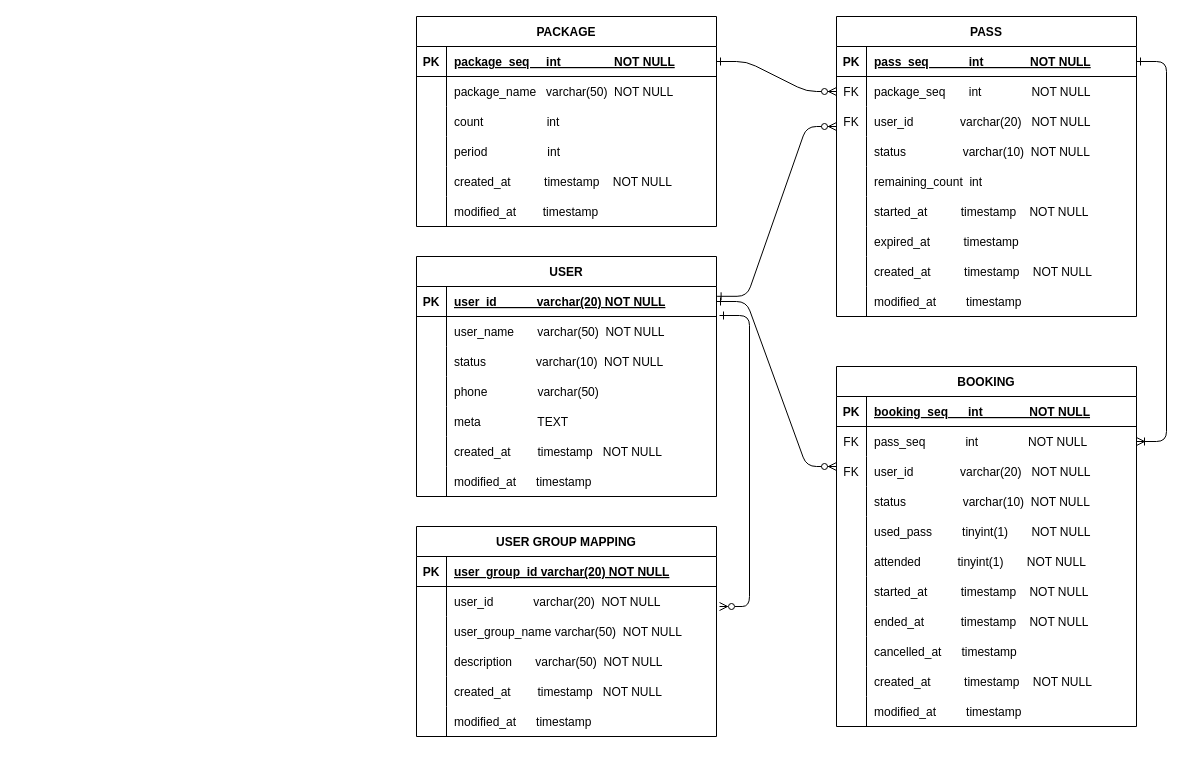
This is document/제목 없는 다이어그램.drawio from y2gon2/pass-batch, a draw.io file, before an edit. Source tidied: cells renumbered, new cells numbered last; positions are measured from the earlier drawing's top-left corner, leaving out a move shared by most shapes. Both pictures are drawn from the tidied source at 100%, with x=0, y=0 at pixel (306, -109).
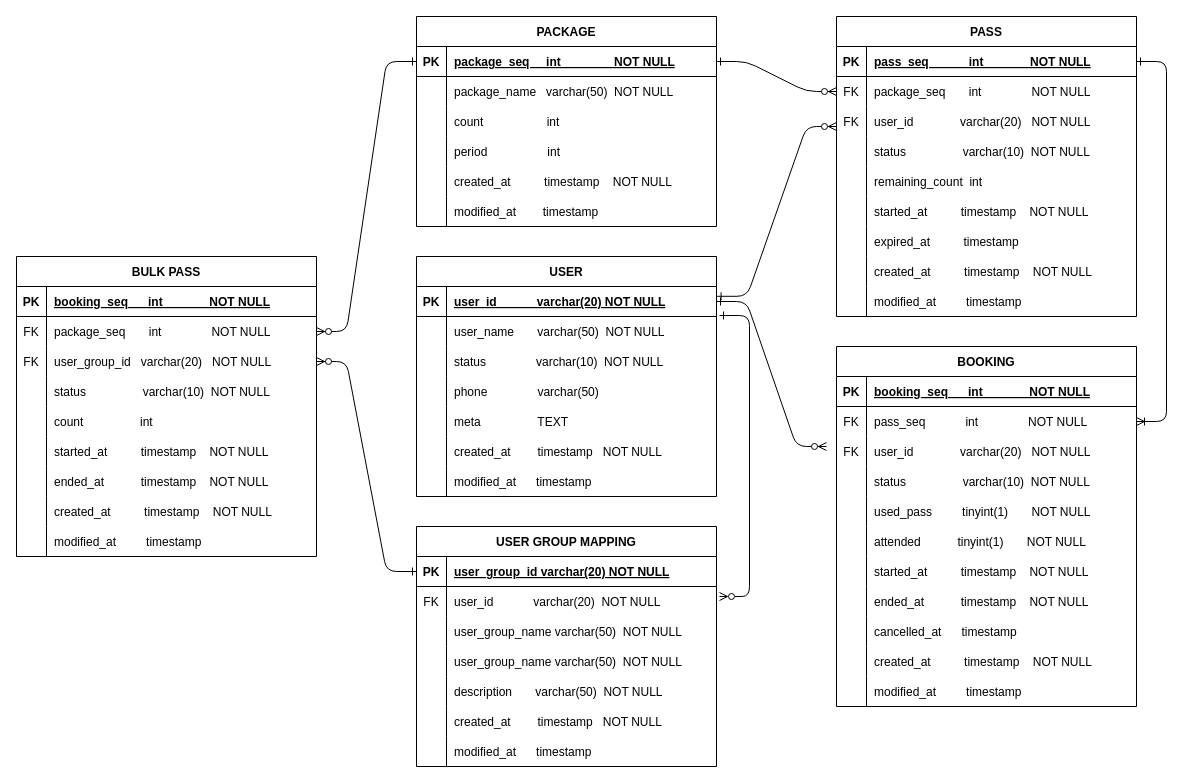
After the change.

Commit message:
#5 - bulk pass table 추가

The change refers to these unchanged cells:
```xml
<mxCell id="4" style="shape=partialRectangle;fillColor=none;points=[[0,0.5],[1,0.5]];portConstraint=eastwest;top=0;left=0;right=0;bottom=1;" parent="3" vertex="1">
  <mxGeometry y="30" width="300" height="30" as="geometry" />
</mxCell>
<mxCell id="23" style="shape=partialRectangle;fillColor=none;points=[[0,0.5],[1,0.5]];portConstraint=eastwest;top=0;left=0;right=0;bottom=1;" parent="22" vertex="1">
  <mxGeometry y="30" width="300" height="30" as="geometry" />
</mxCell>
<mxCell id="112" style="shape=partialRectangle;fillColor=none;points=[[0,0.5],[1,0.5]];portConstraint=eastwest;top=0;left=0;right=0;bottom=1;" parent="111" vertex="1">
  <mxGeometry y="30" width="300" height="30" as="geometry" />
</mxCell>
```

Diff of the diagram source:
```diff
@@
     <mxCell id="72" value="BOOKING" style="shape=table;startSize=30;childLayout=tableLayout;rowLines=0;fontStyle=1;align=center;" parent="1" vertex="1">
-      <mxGeometry x="530" y="475" width="300" height="360" as="geometry" />
+      <mxGeometry x="530" y="455" width="300" height="360" as="geometry" />
     </mxCell>
@@
     <mxCell id="107" value="FK" style="shape=partialRectangle;overflow=hidden;fillColor=none;top=0;left=0;bottom=0;right=0;" parent="1" vertex="1">
-      <mxGeometry x="530" y="565" width="30" height="30" as="geometry" />
+      <mxGeometry x="530" y="545" width="30" height="30" as="geometry" />
     </mxCell>
@@
     <mxCell id="110" style="edgeStyle=entityRelationEdgeStyle;endArrow=ERzeroToMany;startArrow=ERone;endFill=1;startFill=0;exitX=1;exitY=0.5;exitDx=0;exitDy=0;" parent="1" edge="1" source="23">
       <mxGeometry relative="1" as="geometry">
-        <mxPoint x="530" y="575" as="targetPoint" />
+        <mxPoint x="520" y="555" as="targetPoint" />
         <Array as="points">
           <mxPoint x="710" />
           <mxPoint x="670" />
         </Array>
       </mxGeometry>
     </mxCell>
     <mxCell id="111" value="USER GROUP MAPPING" style="shape=table;startSize=30;childLayout=tableLayout;rowLines=0;fontStyle=1;align=center;" parent="1" vertex="1">
-      <mxGeometry x="110" y="635" width="300" height="210" as="geometry" />
+      <mxGeometry x="110" y="635" width="300" height="240" as="geometry" />
     </mxCell>
@@
+    <mxCell id="131" style="shape=partialRectangle;fillColor=none;top=0;left=0;right=0;bottom=0;" parent="111" vertex="1">
+      <mxGeometry y="120" width="300" height="30" as="geometry" />
+    </mxCell>
+    <mxCell id="132" style="shape=partialRectangle;overflow=hidden;fillColor=none;top=0;left=0;bottom=0;right=0;" parent="131" vertex="1">
+      <mxGeometry width="30" height="30" as="geometry" />
+    </mxCell>
+    <mxCell id="133" value="user_group_name varchar(50)  NOT NULL" style="shape=partialRectangle;overflow=hidden;fillColor=none;top=0;left=0;bottom=0;right=0;align=left;spacingLeft=6;" parent="131" vertex="1">
+      <mxGeometry x="30" width="270" height="30" as="geometry" />
+    </mxCell>
     <mxCell id="121" style="shape=partialRectangle;fillColor=none;top=0;left=0;right=0;bottom=0;" parent="111" vertex="1">
-      <mxGeometry y="120" width="300" height="30" as="geometry" />
+      <mxGeometry y="150" width="300" height="30" as="geometry" />
     </mxCell>
@@
     <mxCell id="124" style="shape=partialRectangle;fillColor=none;top=0;left=0;right=0;bottom=0;" parent="111" vertex="1">
-      <mxGeometry y="150" width="300" height="30" as="geometry" />
+      <mxGeometry y="180" width="300" height="30" as="geometry" />
     </mxCell>
@@
     <mxCell id="127" style="shape=partialRectangle;fillColor=none;top=0;left=0;right=0;bottom=0;" parent="111" vertex="1">
-      <mxGeometry y="180" width="300" height="30" as="geometry" />
+      <mxGeometry y="210" width="300" height="30" as="geometry" />
     </mxCell>
@@
     <mxCell id="130" style="edgeStyle=entityRelationEdgeStyle;endArrow=ERone;startArrow=ERzeroToMany;endFill=0;startFill=0;entryX=1.01;entryY=0.967;entryDx=0;entryDy=0;entryPerimeter=0;" parent="1" edge="1" target="23">
       <mxGeometry relative="1" as="geometry">
-        <mxPoint x="413" y="715" as="sourcePoint" />
+        <mxPoint x="413" y="705" as="sourcePoint" />
         <Array as="points">
           <mxPoint x="90" y="695" />
           <mxPoint x="470" y="585" />
           <mxPoint x="430" y="805" />
           <mxPoint x="450" y="585" />
           <mxPoint x="100" y="645" />
           <mxPoint x="60" y="555" />
           <mxPoint x="440" y="515" />
           <mxPoint x="70" y="665" />
           <mxPoint x="50" y="645" />
           <mxPoint x="20" y="445" />
           <mxPoint x="30" y="585" />
           <mxPoint x="120" y="505" />
           <mxPoint x="40" y="585" />
           <mxPoint x="80" y="735" />
           <mxPoint x="40" y="735" />
           <mxPoint x="50" y="505" />
           <mxPoint x="80" y="575" />
           <mxPoint x="20" y="665" />
           <mxPoint x="40" y="605" />
           <mxPoint x="50" y="525" />
           <mxPoint x="180" y="445" />
           <mxPoint x="50" y="455" />
           <mxPoint x="350" y="75" />
           <mxPoint x="40" y="585" />
           <mxPoint x="60" y="585" />
           <mxPoint x="60" y="535" />
           <mxPoint x="80" y="435" />
           <mxPoint y="605" />
           <mxPoint x="50" y="595" />
           <mxPoint x="80" y="740" />
           <mxPoint x="310" y="75" />
         </Array>
       </mxGeometry>
     </mxCell>
+    <mxCell id="134" value="BULK PASS" style="shape=table;startSize=30;childLayout=tableLayout;rowLines=0;fontStyle=1;align=center;" parent="1" vertex="1">
+      <mxGeometry x="-290" y="365" width="300" height="300" as="geometry" />
+    </mxCell>
+    <mxCell id="135" style="shape=partialRectangle;fillColor=none;top=0;left=0;right=0;bottom=1;" parent="134" vertex="1">
+      <mxGeometry y="30" width="300" height="30" as="geometry" />
+    </mxCell>
+    <mxCell id="136" value="PK" style="shape=partialRectangle;overflow=hidden;fillColor=none;top=0;left=0;bottom=0;right=0;fontStyle=1;" parent="135" vertex="1">
+      <mxGeometry width="30" height="30" as="geometry" />
+    </mxCell>
+    <mxCell id="137" value="booking_seq      int              NOT NULL " style="shape=partialRectangle;overflow=hidden;fillColor=none;top=0;left=0;bottom=0;right=0;align=left;spacingLeft=6;fontStyle=5;" parent="135" vertex="1">
+      <mxGeometry x="30" width="270" height="30" as="geometry" />
+    </mxCell>
+    <mxCell id="138" style="shape=partialRectangle;fillColor=none;points=[[0,0.5],[1,0.5]];portConstraint=eastwest;top=0;left=0;right=0;bottom=0;" parent="134" vertex="1">
+      <mxGeometry y="60" width="300" height="30" as="geometry" />
+    </mxCell>
+    <mxCell id="139" value="FK" style="shape=partialRectangle;overflow=hidden;fillColor=none;top=0;left=0;bottom=0;right=0;" parent="138" vertex="1">
+      <mxGeometry width="30" height="30" as="geometry" />
+    </mxCell>
+    <mxCell id="140" value="package_seq       int               NOT NULL" style="shape=partialRectangle;overflow=hidden;fillColor=none;top=0;left=0;bottom=0;right=0;align=left;spacingLeft=6;" parent="138" vertex="1">
+      <mxGeometry x="30" width="270" height="30" as="geometry" />
+    </mxCell>
+    <mxCell id="141" style="shape=partialRectangle;fillColor=none;points=[[0,0.5],[1,0.5]];portConstraint=eastwest;top=0;left=0;right=0;bottom=0;" parent="134" vertex="1">
+      <mxGeometry y="90" width="300" height="30" as="geometry" />
+    </mxCell>
+    <mxCell id="142" value="FK" style="shape=partialRectangle;overflow=hidden;fillColor=none;top=0;left=0;bottom=0;right=0;" parent="141" vertex="1">
+      <mxGeometry width="30" height="30" as="geometry" />
+    </mxCell>
+    <mxCell id="143" value="user_group_id   varchar(20)   NOT NULL" style="shape=partialRectangle;overflow=hidden;fillColor=none;top=0;left=0;bottom=0;right=0;align=left;spacingLeft=6;" parent="141" vertex="1">
+      <mxGeometry x="30" width="270" height="30" as="geometry" />
+    </mxCell>
+    <mxCell id="144" style="shape=partialRectangle;fillColor=none;top=0;left=0;right=0;bottom=0;" parent="134" vertex="1">
+      <mxGeometry y="120" width="300" height="30" as="geometry" />
+    </mxCell>
+    <mxCell id="145" style="shape=partialRectangle;overflow=hidden;fillColor=none;top=0;left=0;bottom=0;right=0;" parent="144" vertex="1">
+      <mxGeometry width="30" height="30" as="geometry" />
+    </mxCell>
+    <mxCell id="146" value="status                 varchar(10)  NOT NULL" style="shape=partialRectangle;overflow=hidden;fillColor=none;top=0;left=0;bottom=0;right=0;align=left;spacingLeft=6;" parent="144" vertex="1">
+      <mxGeometry x="30" width="270" height="30" as="geometry" />
+    </mxCell>
+    <mxCell id="147" style="shape=partialRectangle;fillColor=none;top=0;left=0;right=0;bottom=0;" parent="134" vertex="1">
+      <mxGeometry y="150" width="300" height="30" as="geometry" />
+    </mxCell>
+    <mxCell id="148" style="shape=partialRectangle;overflow=hidden;fillColor=none;top=0;left=0;bottom=0;right=0;" parent="147" vertex="1">
+      <mxGeometry width="30" height="30" as="geometry" />
+    </mxCell>
+    <mxCell id="149" value="count                 int  " style="shape=partialRectangle;overflow=hidden;fillColor=none;top=0;left=0;bottom=0;right=0;align=left;spacingLeft=6;" parent="147" vertex="1">
+      <mxGeometry x="30" width="270" height="30" as="geometry" />
+    </mxCell>
+    <mxCell id="150" style="shape=partialRectangle;fillColor=none;top=0;left=0;right=0;bottom=0;" parent="134" vertex="1">
+      <mxGeometry y="180" width="300" height="30" as="geometry" />
+    </mxCell>
+    <mxCell id="151" style="shape=partialRectangle;overflow=hidden;fillColor=none;top=0;left=0;bottom=0;right=0;" parent="150" vertex="1">
+      <mxGeometry width="30" height="30" as="geometry" />
+    </mxCell>
+    <mxCell id="152" value="started_at          timestamp    NOT NULL" style="shape=partialRectangle;overflow=hidden;fillColor=none;top=0;left=0;bottom=0;right=0;align=left;spacingLeft=6;" parent="150" vertex="1">
+      <mxGeometry x="30" width="270" height="30" as="geometry" />
+    </mxCell>
+    <mxCell id="153" style="shape=partialRectangle;fillColor=none;top=0;left=0;right=0;bottom=0;" parent="134" vertex="1">
+      <mxGeometry y="210" width="300" height="30" as="geometry" />
+    </mxCell>
+    <mxCell id="154" style="shape=partialRectangle;overflow=hidden;fillColor=none;top=0;left=0;bottom=0;right=0;" parent="153" vertex="1">
+      <mxGeometry width="30" height="30" as="geometry" />
+    </mxCell>
+    <mxCell id="155" value="ended_at           timestamp    NOT NULL " style="shape=partialRectangle;overflow=hidden;fillColor=none;top=0;left=0;bottom=0;right=0;align=left;spacingLeft=6;" parent="153" vertex="1">
+      <mxGeometry x="30" width="270" height="30" as="geometry" />
+    </mxCell>
+    <mxCell id="156" style="shape=partialRectangle;fillColor=none;top=0;left=0;right=0;bottom=0;" parent="134" vertex="1">
+      <mxGeometry y="240" width="300" height="30" as="geometry" />
+    </mxCell>
+    <mxCell id="157" style="shape=partialRectangle;overflow=hidden;fillColor=none;top=0;left=0;bottom=0;right=0;" parent="156" vertex="1">
+      <mxGeometry width="30" height="30" as="geometry" />
+    </mxCell>
+    <mxCell id="158" value="created_at          timestamp    NOT NULL" style="shape=partialRectangle;overflow=hidden;fillColor=none;top=0;left=0;bottom=0;right=0;align=left;spacingLeft=6;" parent="156" vertex="1">
+      <mxGeometry x="30" width="270" height="30" as="geometry" />
+    </mxCell>
+    <mxCell id="159" style="shape=partialRectangle;fillColor=none;top=0;left=0;right=0;bottom=0;" parent="134" vertex="1">
+      <mxGeometry y="270" width="300" height="30" as="geometry" />
+    </mxCell>
+    <mxCell id="160" style="shape=partialRectangle;overflow=hidden;fillColor=none;top=0;left=0;bottom=0;right=0;" parent="159" vertex="1">
+      <mxGeometry width="30" height="30" as="geometry" />
+    </mxCell>
+    <mxCell id="161" value="modified_at         timestamp  " style="shape=partialRectangle;overflow=hidden;fillColor=none;top=0;left=0;bottom=0;right=0;align=left;spacingLeft=6;" parent="159" vertex="1">
+      <mxGeometry x="30" width="270" height="30" as="geometry" />
+    </mxCell>
+    <mxCell id="162" style="edgeStyle=entityRelationEdgeStyle;endArrow=ERzeroToMany;startArrow=ERone;endFill=1;startFill=0;exitX=0;exitY=0.5;exitDx=0;exitDy=0;entryX=1;entryY=0.5;entryDx=0;entryDy=0;" parent="1" edge="1" source="4" target="138">
+      <mxGeometry relative="1" as="geometry">
+        <Array as="points">
+          <mxPoint x="540" y="20" />
+          <mxPoint x="500" y="20" />
+        </Array>
+      </mxGeometry>
+    </mxCell>
+    <mxCell id="163" value="FK" style="shape=partialRectangle;overflow=hidden;fillColor=none;top=0;left=0;bottom=0;right=0;" parent="1" vertex="1">
+      <mxGeometry x="110" y="695" width="30" height="30" as="geometry" />
+    </mxCell>
+    <mxCell id="164" style="edgeStyle=entityRelationEdgeStyle;endArrow=ERzeroToMany;startArrow=ERone;endFill=1;startFill=0;entryX=1;entryY=0.5;entryDx=0;entryDy=0;exitX=0;exitY=0.5;exitDx=0;exitDy=0;" parent="1" edge="1" source="112" target="141">
+      <mxGeometry relative="1" as="geometry">
+        <Array as="points">
+          <mxPoint x="550" y="30" />
+          <mxPoint x="510" y="30" />
+        </Array>
+      </mxGeometry>
+    </mxCell>
```
